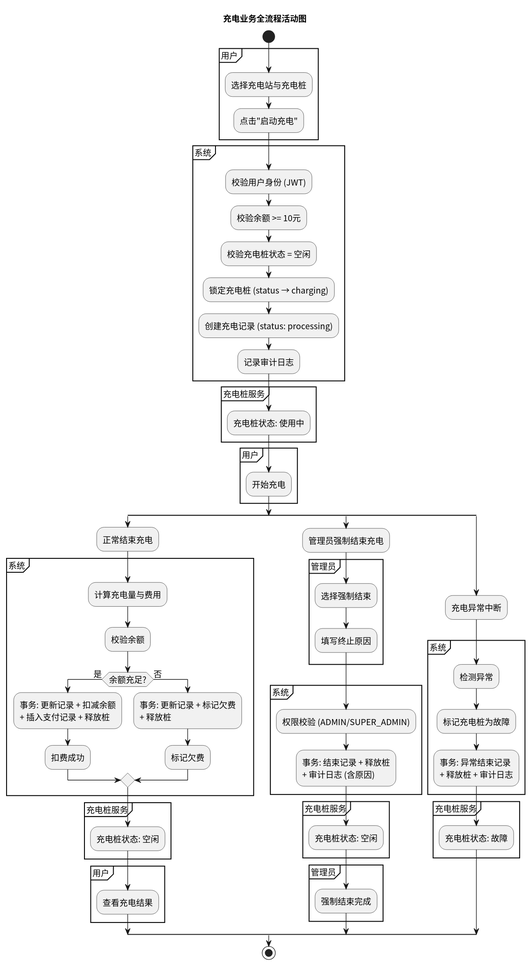
This is activity/img/activity_charging.svg from greenhandzdl/charging-station-doc, a PlantUML export, as it was before one commit.
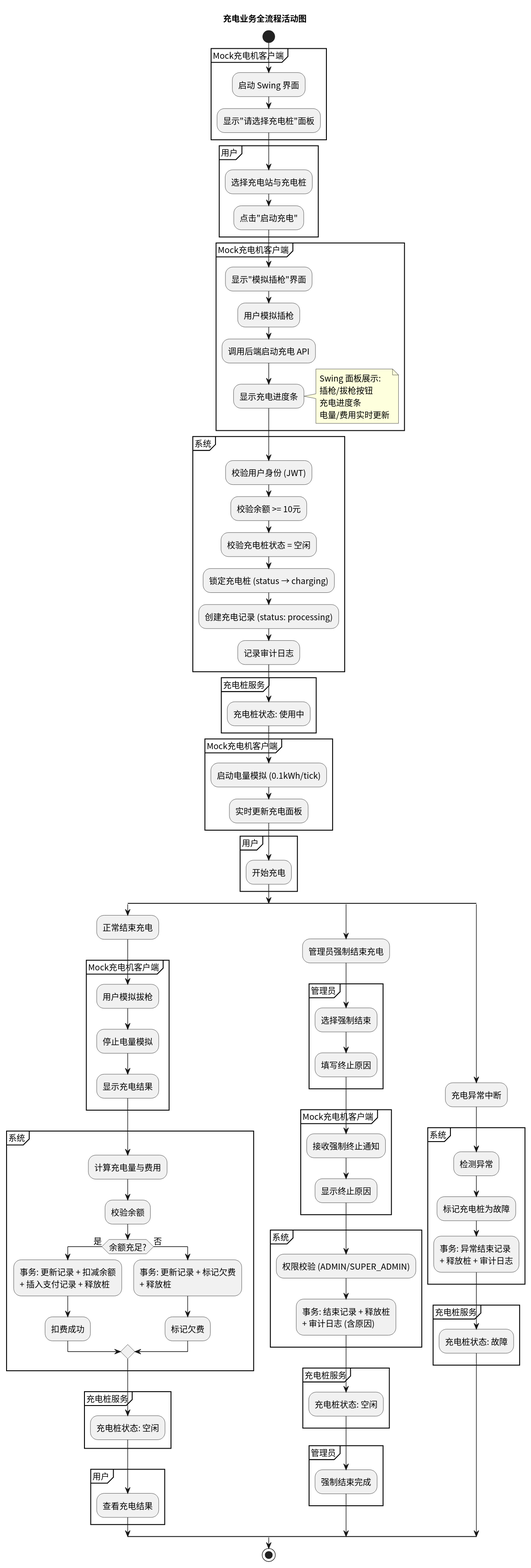
Later version of the same file.

Change to the diagram source:
```diff
@@ -5,9 +5,27 @@
 
 start
 
+partition "Mock充电机客户端" {
+  :启动 Swing 界面;
+  :显示"请选择充电桩"面板;
+}
+
 partition "用户" {
   :选择充电站与充电桩;
   :点击"启动充电";
+}
+
+partition "Mock充电机客户端" {
+  :显示"模拟插枪"界面;
+  :用户模拟插枪;
+  :调用后端启动充电 API;
+  :显示充电进度条;
+  note right
+    Swing 面板展示:
+    插枪/拔枪按钮
+    充电进度条
+    电量/费用实时更新
+  end note
 }
 
 partition "系统" {
@@ -23,12 +41,22 @@
   :充电桩状态: 使用中;
 }
 
+partition "Mock充电机客户端" {
+  :启动电量模拟 (0.1kWh/tick);
+  :实时更新充电面板;
+}
+
 partition "用户" {
   :开始充电;
 }
 
 split
   :正常结束充电;
+  partition "Mock充电机客户端" {
+    :用户模拟拔枪;
+    :停止电量模拟;
+    :显示充电结果;
+  }
 
   partition "系统" {
     :计算充电量与费用;
@@ -55,6 +83,11 @@
   partition "管理员" {
     :选择强制结束;
     :填写终止原因;
+  }
+
+  partition "Mock充电机客户端" {
+    :接收强制终止通知;
+    :显示终止原因;
   }
 
   partition "系统" {
```
